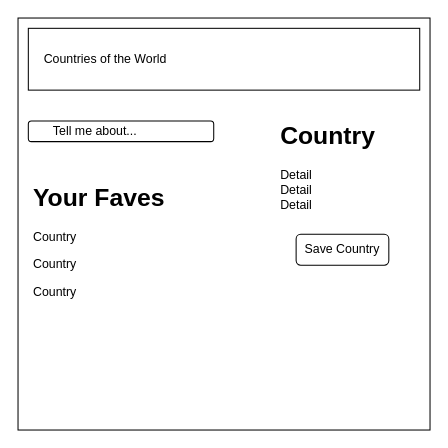
Before: countries.drawio in sagesaintsalem/week7again, a draw.io diagram. Source tidied: cells renumbered, new cells numbered last; positions are measured from the earlier drawing's top-left corner, leaving out a move shared by most shapes. Both pictures are drawn from the tidied source at 103%, with x=0, y=0 at pixel (18, 18).
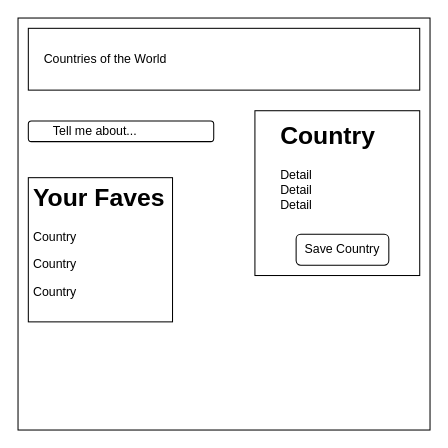
The same page after the edit.

What changed in the source:
```diff
@@
 <mxGraphModel>
   <root>
     <mxCell id="0" />
     <mxCell id="1" parent="0" />
     <mxCell id="2" style="whiteSpace=wrap;html=1;" parent="1" vertex="1">
       <mxGeometry width="400" height="400" as="geometry" />
     </mxCell>
     <mxCell id="3" style="rounded=0;whiteSpace=wrap;html=1;" parent="1" vertex="1">
       <mxGeometry x="10" y="10" width="380" height="60" as="geometry" />
     </mxCell>
     <mxCell id="4" value="Countries of the World" style="text;html=1;strokeColor=none;fillColor=none;align=center;verticalAlign=middle;whiteSpace=wrap;rounded=0;" parent="1" vertex="1">
       <mxGeometry x="20" y="25" width="130" height="30" as="geometry" />
     </mxCell>
     <mxCell id="5" style="rounded=1;whiteSpace=wrap;html=1;" parent="1" vertex="1">
       <mxGeometry x="10" y="100" width="180" height="20" as="geometry" />
     </mxCell>
     <mxCell id="6" value="&lt;div align=&quot;left&quot;&gt;Tell me about...&lt;br&gt;&lt;/div&gt;" style="text;html=1;strokeColor=none;fillColor=none;align=center;verticalAlign=middle;whiteSpace=wrap;rounded=0;" parent="1" vertex="1">
       <mxGeometry x="10" y="95" width="130" height="30" as="geometry" />
     </mxCell>
     <mxCell id="7" value="&lt;h1&gt;Country&lt;/h1&gt;&lt;div&gt;Detail&lt;/div&gt;&lt;div&gt;Detail&lt;/div&gt;&lt;div&gt;Detail&lt;br&gt;&lt;/div&gt;" style="text;html=1;strokeColor=none;fillColor=none;spacing=5;spacingTop=-20;whiteSpace=wrap;overflow=hidden;rounded=0;" parent="1" vertex="1">
       <mxGeometry x="250" y="95" width="130" height="115" as="geometry" />
     </mxCell>
     <mxCell id="8" style="rounded=1;whiteSpace=wrap;html=1;" parent="1" vertex="1">
       <mxGeometry x="270" y="210" width="90" height="30" as="geometry" />
     </mxCell>
     <mxCell id="9" value="Save Country" style="text;html=1;strokeColor=none;fillColor=none;align=center;verticalAlign=middle;whiteSpace=wrap;rounded=0;" parent="1" vertex="1">
       <mxGeometry x="270" y="210" width="90" height="30" as="geometry" />
     </mxCell>
     <mxCell id="10" value="&lt;h1&gt;Your Faves&lt;br&gt;&lt;/h1&gt;&lt;p&gt;Country&lt;/p&gt;&lt;p&gt;Country&lt;/p&gt;&lt;p&gt;Country&lt;br&gt;&lt;/p&gt;" style="text;html=1;strokeColor=none;fillColor=none;spacing=5;spacingTop=-20;whiteSpace=wrap;overflow=hidden;rounded=0;" parent="1" vertex="1">
       <mxGeometry x="10" y="155" width="160" height="140" as="geometry" />
     </mxCell>
+    <mxCell id="11" style="whiteSpace=wrap;html=1;fillColor=none;" parent="1" vertex="1">
+      <mxGeometry x="230" y="90" width="160" height="160" as="geometry" />
+    </mxCell>
+    <mxCell id="12" style="whiteSpace=wrap;html=1;fillColor=none;" parent="1" vertex="1">
+      <mxGeometry x="10" y="155" width="140" height="140" as="geometry" />
+    </mxCell>
   </root>
 </mxGraphModel>
```
